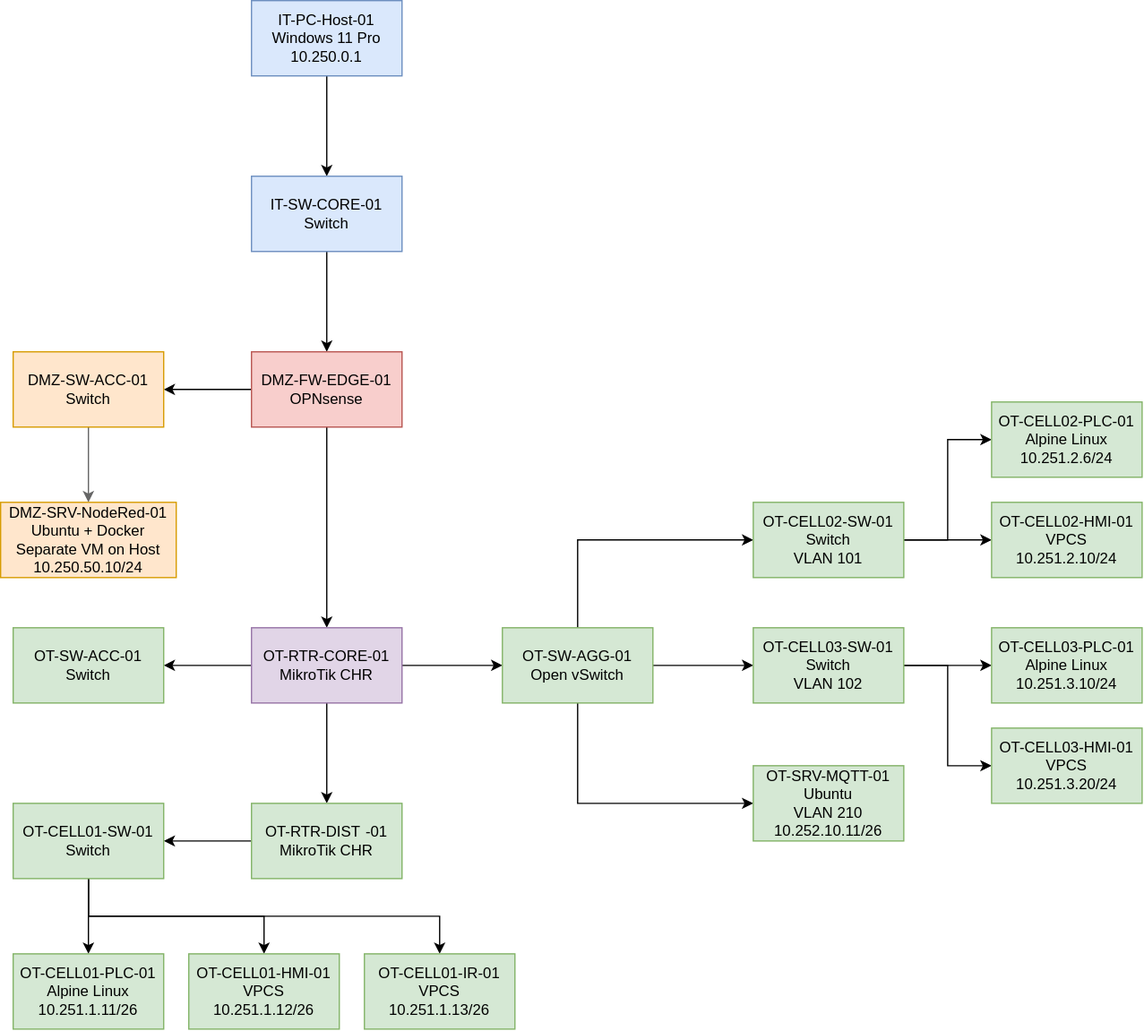
marcin-kolonko/OT-Security-Lab keeps this draw.io diagram as diagrams/Topology.svg. Above is the earlier version. Source tidied: cells renumbered, new cells last; positions are measured from the earlier drawing's top-left corner, leaving out a move shared by most shapes.
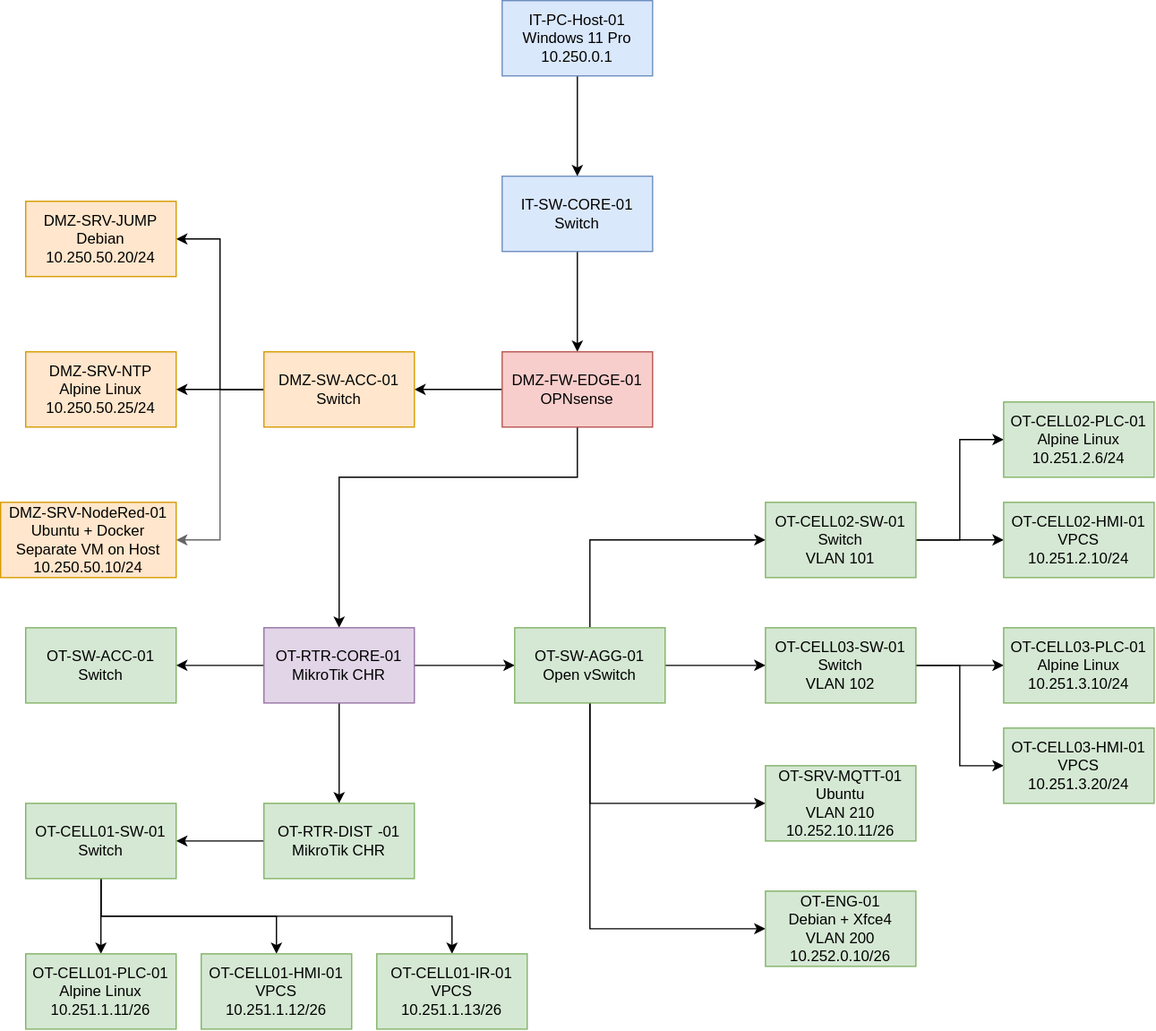
The same diagram one commit later.

Commit message:
feat: add jump server, NTP and OT engineering access

Change to the diagram source:
```diff
@@ -6,31 +6,42 @@
       <mxGeometry relative="1" as="geometry" />
     </mxCell>
     <mxCell id="3" value="IT-PC-Host-01&lt;br&gt;Windows 11 Pro&lt;div&gt;10.250.0.1&lt;/div&gt;" style="rounded=0;whiteSpace=wrap;html=1;fillColor=#dae8fc;strokeColor=#6c8ebf;" parent="1" vertex="1">
-      <mxGeometry x="200" width="120" height="60" as="geometry" />
+      <mxGeometry x="390" width="120" height="60" as="geometry" />
     </mxCell>
     <mxCell id="4" style="edgeStyle=orthogonalEdgeStyle;rounded=0;jettySize=auto;html=1;" parent="1" edge="1" source="5" target="8">
       <mxGeometry relative="1" as="geometry" />
     </mxCell>
     <mxCell id="5" value="IT-SW-CORE-01&lt;br&gt;Switch" style="rounded=0;whiteSpace=wrap;html=1;fillColor=#dae8fc;strokeColor=#6c8ebf;" parent="1" vertex="1">
-      <mxGeometry x="200" y="140" width="120" height="60" as="geometry" />
+      <mxGeometry x="390" y="140" width="120" height="60" as="geometry" />
     </mxCell>
     <mxCell id="6" style="edgeStyle=orthogonalEdgeStyle;rounded=0;jettySize=auto;html=1;" parent="1" edge="1" source="8" target="10">
       <mxGeometry relative="1" as="geometry" />
     </mxCell>
-    <mxCell id="7" style="edgeStyle=orthogonalEdgeStyle;rounded=0;jettySize=auto;html=1;" parent="1" edge="1" source="8" target="15">
-      <mxGeometry relative="1" as="geometry" />
+    <mxCell id="7" style="edgeStyle=orthogonalEdgeStyle;rounded=0;jettySize=auto;html=1;exitX=0.5;exitY=1;exitDx=0;exitDy=0;" parent="1" edge="1" source="8" target="15">
+      <mxGeometry relative="1" as="geometry">
+        <Array as="points">
+          <mxPoint x="450" y="380" />
+          <mxPoint x="260" y="380" />
+        </Array>
+      </mxGeometry>
     </mxCell>
     <mxCell id="8" value="DMZ-FW-EDGE-01&lt;div&gt;OPNsense&lt;/div&gt;" style="rounded=0;whiteSpace=wrap;html=1;fillColor=#f8cecc;strokeColor=#b85450;" parent="1" vertex="1">
-      <mxGeometry x="200" y="280" width="120" height="60" as="geometry" />
+      <mxGeometry x="390" y="280" width="120" height="60" as="geometry" />
     </mxCell>
-    <mxCell id="9" style="edgeStyle=orthogonalEdgeStyle;rounded=0;jettySize=auto;html=1;fillColor=#f5f5f5;strokeColor=#666666;" parent="1" edge="1" source="10" target="11">
+    <mxCell id="9" style="edgeStyle=orthogonalEdgeStyle;rounded=0;jettySize=auto;html=1;fillColor=#f5f5f5;strokeColor=#666666;entryX=1;entryY=0.5;entryDx=0;entryDy=0;" parent="1" edge="1" source="10" target="11">
       <mxGeometry relative="1" as="geometry" />
     </mxCell>
+    <mxCell id="41" style="edgeStyle=orthogonalEdgeStyle;rounded=0;jettySize=auto;html=1;exitX=0;exitY=0.5;exitDx=0;exitDy=0;entryX=1;entryY=0.5;entryDx=0;entryDy=0;" parent="1" edge="1" source="10" target="45">
+      <mxGeometry relative="1" as="geometry" />
+    </mxCell>
+    <mxCell id="42" style="edgeStyle=orthogonalEdgeStyle;rounded=0;jettySize=auto;html=1;" parent="1" edge="1" source="10" target="46">
+      <mxGeometry relative="1" as="geometry" />
+    </mxCell>
     <mxCell id="10" value="DMZ-SW-ACC-01&lt;div&gt;Switch&lt;/div&gt;" style="rounded=0;whiteSpace=wrap;html=1;fillColor=#ffe6cc;strokeColor=#d79b00;" parent="1" vertex="1">
-      <mxGeometry x="10" y="280" width="120" height="60" as="geometry" />
+      <mxGeometry x="200" y="280" width="120" height="60" as="geometry" />
     </mxCell>
     <mxCell id="11" value="DMZ-SRV-NodeRed-01&lt;div&gt;Ubuntu + Docker&lt;br&gt;Separate VM on Host&lt;/div&gt;&lt;div&gt;10.250.50.10/24&lt;/div&gt;" style="rounded=0;whiteSpace=wrap;html=1;fillColor=#ffe6cc;strokeColor=#d79b00;" parent="1" vertex="1">
-      <mxGeometry y="400" width="140" height="60" as="geometry" />
+      <mxGeometry x="-10" y="400" width="140" height="60" as="geometry" />
     </mxCell>
     <mxCell id="12" style="edgeStyle=orthogonalEdgeStyle;rounded=0;jettySize=auto;html=1;" parent="1" edge="1" source="15" target="19">
       <mxGeometry relative="1" as="geometry" />
@@ -53,6 +64,9 @@
     <mxCell id="18" style="edgeStyle=orthogonalEdgeStyle;rounded=0;jettySize=auto;html=1;entryX=0;entryY=0.5;entryDx=0;entryDy=0;exitX=0.5;exitY=0;exitDx=0;exitDy=0;fillColor=#d5e8d4;strokeColor=#000000;" parent="1" edge="1" source="19" target="29">
       <mxGeometry relative="1" as="geometry" />
     </mxCell>
+    <mxCell id="43" style="edgeStyle=orthogonalEdgeStyle;rounded=0;jettySize=auto;html=1;entryX=0;entryY=0.5;entryDx=0;entryDy=0;exitX=0.5;exitY=1;exitDx=0;exitDy=0;" parent="1" edge="1" source="19" target="44">
+      <mxGeometry relative="1" as="geometry" />
+    </mxCell>
     <mxCell id="19" value="OT-SW-AGG-01&lt;br&gt;Open vSwitch" style="rounded=0;whiteSpace=wrap;html=1;fillColor=#d5e8d4;strokeColor=#82b366;" parent="1" vertex="1">
       <mxGeometry x="400" y="500" width="120" height="60" as="geometry" />
     </mxCell>
@@ -119,5 +133,14 @@
     <mxCell id="40" value="OT-CELL03-HMI-01&lt;div&gt;VPCS&lt;/div&gt;&lt;div&gt;10.251.3.20/24&lt;/div&gt;" style="whiteSpace=wrap;html=1;rounded=0;fillColor=#d5e8d4;strokeColor=#82b366;" parent="1" vertex="1">
       <mxGeometry x="790" y="580" width="120" height="60" as="geometry" />
     </mxCell>
+    <mxCell id="44" value="OT-ENG-01&lt;div&gt;Debian + Xfce4&lt;/div&gt;&lt;div&gt;VLAN 200&lt;/div&gt;&lt;div&gt;10.252.0.10/26&lt;/div&gt;" style="rounded=0;whiteSpace=wrap;html=1;fillColor=#d5e8d4;strokeColor=#82b366;" parent="1" vertex="1">
+      <mxGeometry x="600" y="710" width="120" height="60" as="geometry" />
+    </mxCell>
+    <mxCell id="45" value="DMZ-SRV-JUMP&lt;div&gt;Debian&lt;/div&gt;&lt;div&gt;10.250.50.20/24&lt;/div&gt;" style="rounded=0;whiteSpace=wrap;html=1;fillColor=#ffe6cc;strokeColor=#d79b00;" parent="1" vertex="1">
+      <mxGeometry x="10" y="160" width="120" height="60" as="geometry" />
+    </mxCell>
+    <mxCell id="46" value="DMZ-SRV-NTP&lt;div&gt;Alpine Linux&lt;/div&gt;&lt;div&gt;10.250.50.25/24&lt;/div&gt;" style="rounded=0;whiteSpace=wrap;html=1;fillColor=#ffe6cc;strokeColor=#d79b00;" parent="1" vertex="1">
+      <mxGeometry x="10" y="280" width="120" height="60" as="geometry" />
+    </mxCell>
   </root>
 </mxGraphModel>
```
